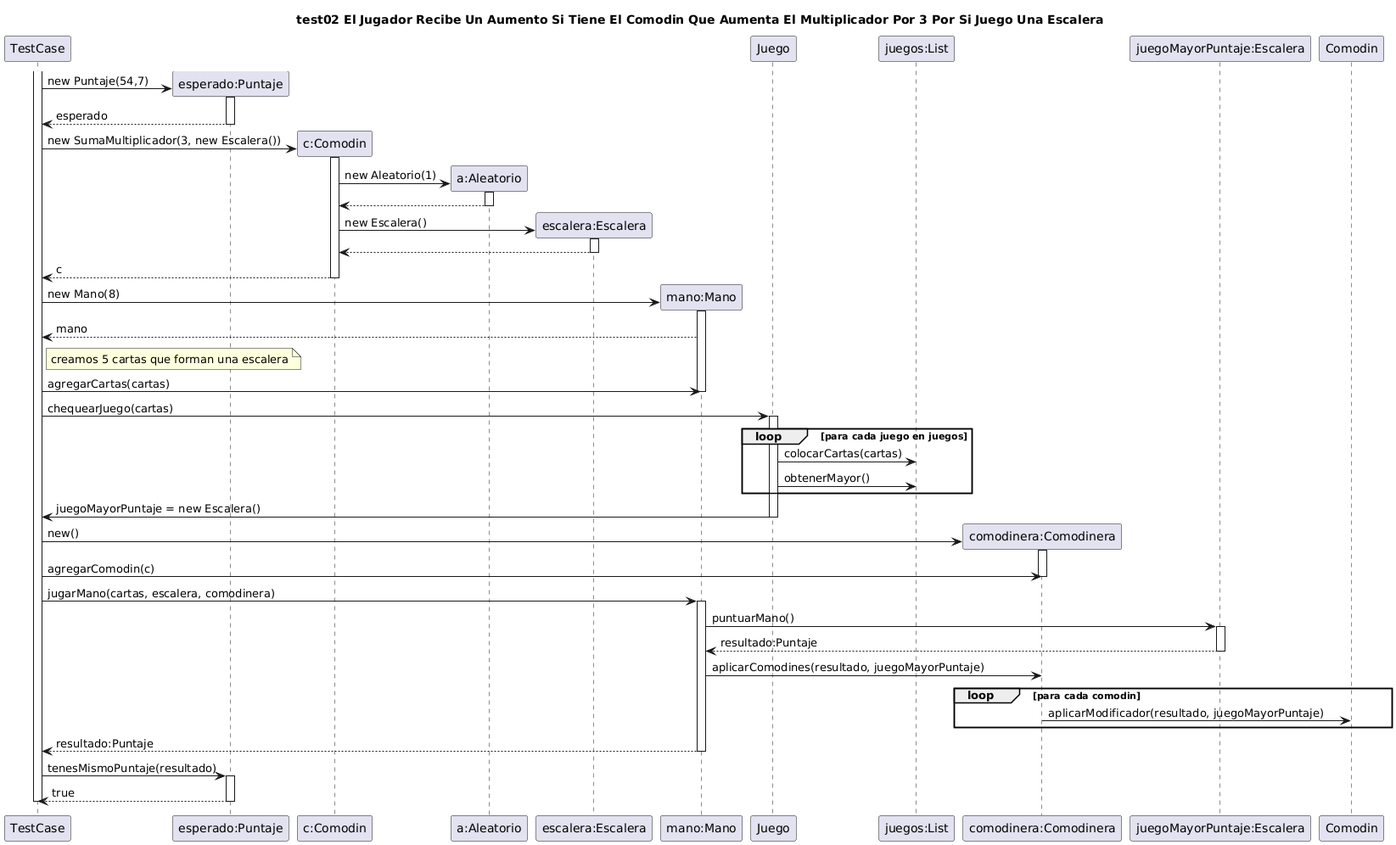
Earlier version of the PlantUML export diagrams/sequences/casoDeUso2.png (facukresta/g06-tp2-2c-2024). Its source is kept beside it as diagrams/sequences/casoDeUso2.puml.
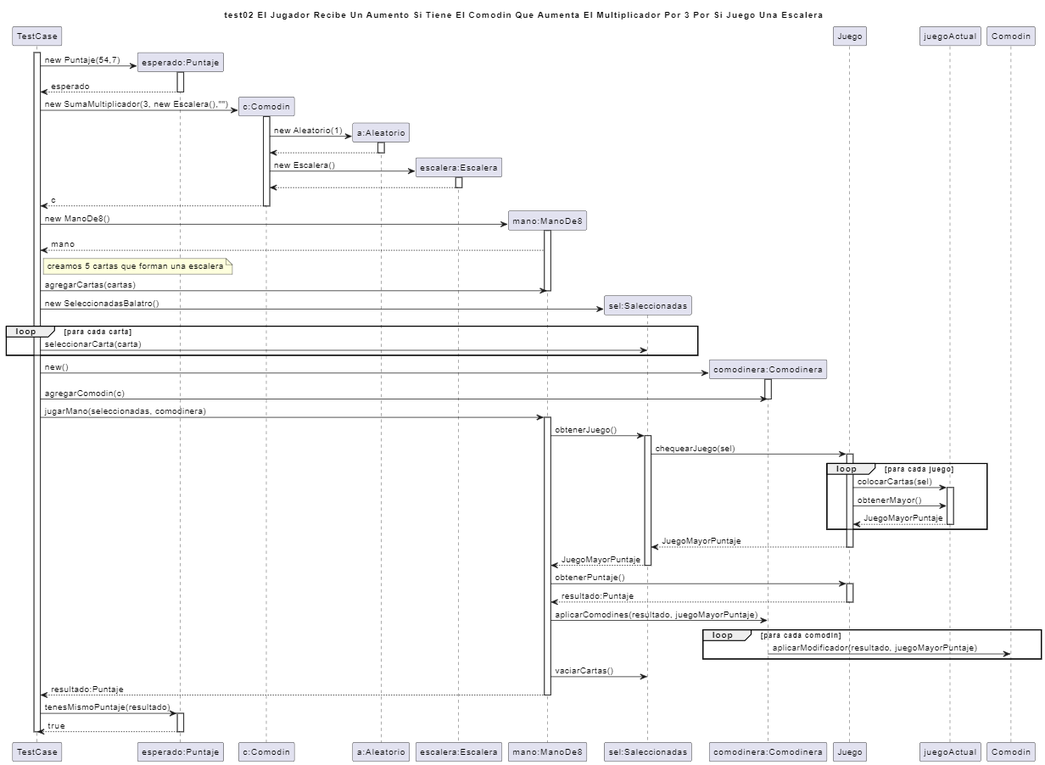
The same file after the commit.

What changed in the source:
```diff
@@ -11,7 +11,7 @@
 TestCase <-- esperado : esperado
 deactivate esperado
 
-TestCase -> "c:Comodin" as comodin **: new SumaMultiplicador(3, new Escalera())
+TestCase -> "c:Comodin" as comodin **: new SumaMultiplicador(3, new Escalera(),"")
 
 activate comodin
 comodin -> "a:Aleatorio" as aleatorio **: new Aleatorio(1)
@@ -25,23 +25,17 @@
 TestCase <-- comodin : c
 deactivate comodin
 
-TestCase -> "mano:Mano" as mano **: new Mano(8)
+TestCase -> "mano:ManoDe8" as mano **: new ManoDe8()
 activate mano
 TestCase <-- mano : mano
 note right of TestCase: creamos 5 cartas que forman una escalera
 TestCase -> mano : agregarCartas(cartas)
 deactivate mano
 
-TestCase -> "Juego" as juego : chequearJuego(cartas)
-activate juego
-loop para cada juego en juegos
-juego -> "juegos:List" as juegos : colocarCartas(cartas)
-juego -> juegos: obtenerMayor()
+TestCase -> "sel:Saleccionadas" as sel ** : new SeleccionadasBalatro()
+loop para cada carta
+TestCase -> sel : seleccionarCarta(carta)
 end
-
-TestCase <- juego : juegoMayorPuntaje = new Escalera()
-deactivate juego
-
 
 TestCase -> "comodinera:Comodinera" as comodinera **: new()
 activate comodinera
@@ -49,18 +43,41 @@
 deactivate comodinera
 
 
-TestCase -> mano : jugarMano(cartas, escalera, comodinera)
+TestCase -> mano : jugarMano(seleccionadas, comodinera)
 activate mano
-mano -> "juegoMayorPuntaje:Escalera" as mejor:  puntuarMano()
+mano -> sel : obtenerJuego()
+activate sel
+sel -> "Juego" : chequearJuego(sel)
+activate Juego
 
-activate mejor
-mano <-- mejor : resultado:Puntaje
-deactivate mejor
+loop para cada juego
+Juego -> juegoActual : colocarCartas(sel)
+activate juegoActual
+Juego -> juegoActual : obtenerMayor()
+Juego <-- juegoActual : JuegoMayorPuntaje
+deactivate juegoActual
+end
+
+sel <-- Juego : JuegoMayorPuntaje
+deactivate Juego
+
+mano <-- sel : JuegoMayorPuntaje
+deactivate sel
+
+mano -> Juego : obtenerPuntaje()
+activate Juego
+mano <-- Juego : resultado:Puntaje
+deactivate Juego
+
 mano -> comodinera : aplicarComodines(resultado, juegoMayorPuntaje)
 loop para cada comodin
 comodinera -> "Comodin" : aplicarModificador(resultado, juegoMayorPuntaje)
 end
+
+mano -> sel: vaciarCartas()
+
 TestCase <-- mano : resultado:Puntaje
+
 deactivate mano
 
 
```
